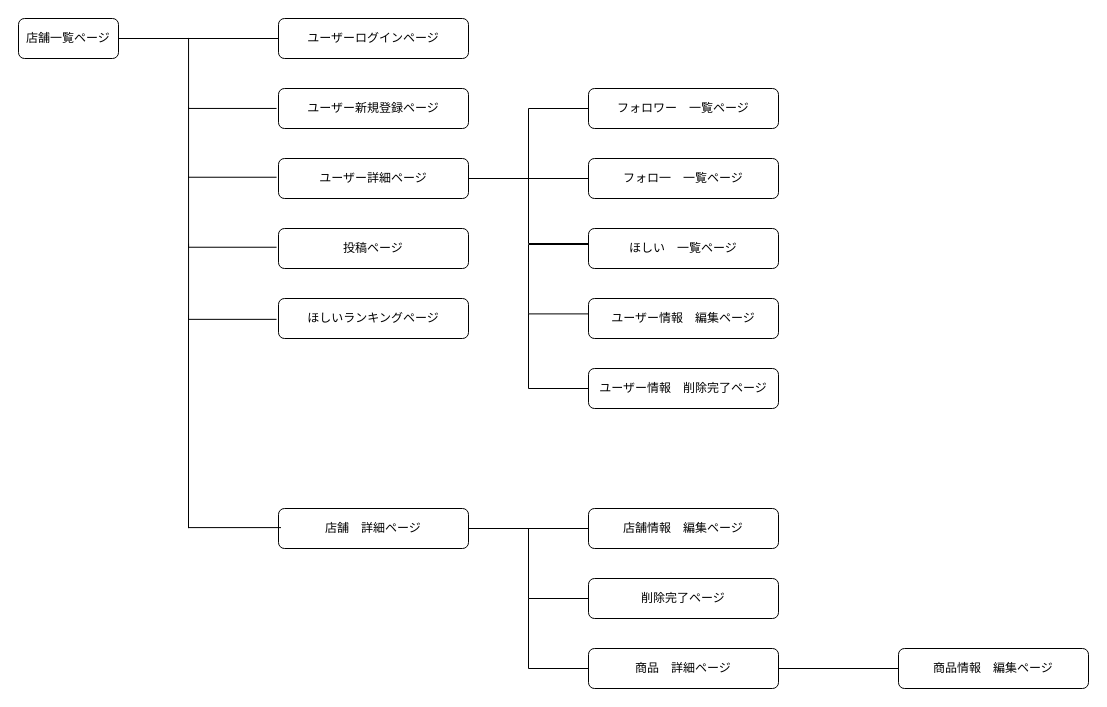
Above: 画面遷移図.dio in torako-san/CoffeeTown (draw.io), before the change. Source tidied: cells renumbered, new cells numbered last; positions are measured from the earlier drawing's top-left corner, leaving out a move shared by most shapes. Both pictures are drawn from the tidied source at 100%, with x=0, y=0 at pixel (18, 18).
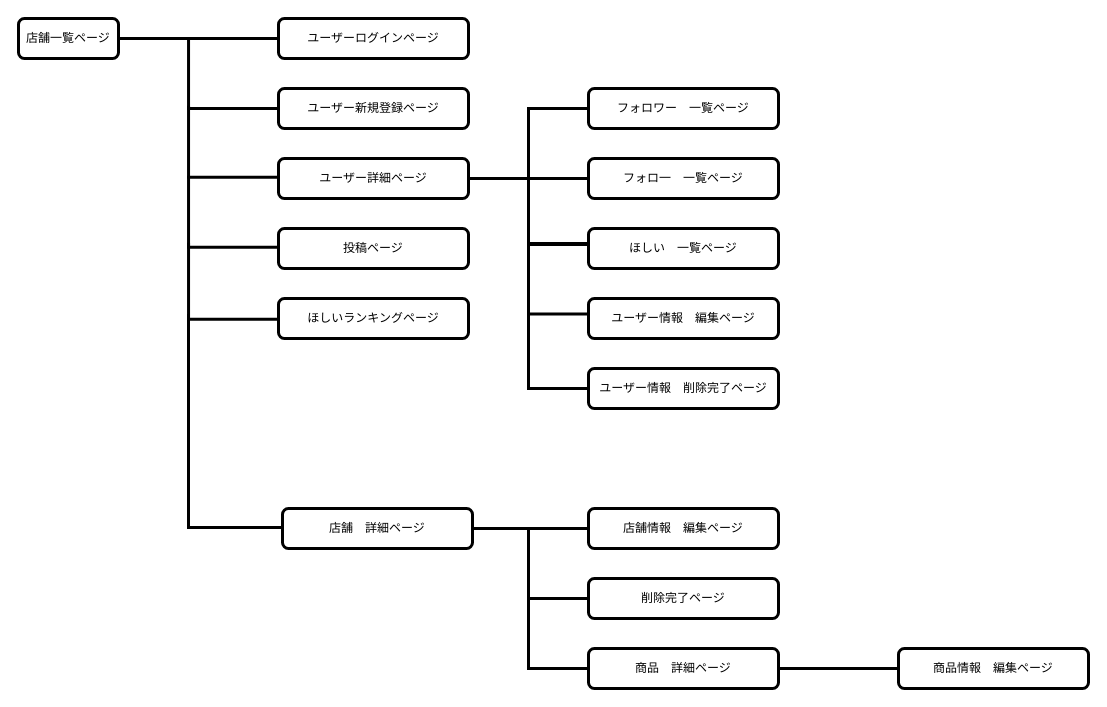
The same page after the edit.

Commit message (it also covers changes not shown here):
ページの遷移図作成

The edit, as a diff of the source:
```diff
@@
-    <mxCell id="2" style="edgeStyle=none;html=1;exitX=1;exitY=0.5;exitDx=0;exitDy=0;entryX=0;entryY=0.5;entryDx=0;entryDy=0;endArrow=none;endFill=0;" parent="1" edge="1" source="3" target="4">
+    <mxCell id="2" style="edgeStyle=none;html=1;exitX=1;exitY=0.5;exitDx=0;exitDy=0;entryX=0;entryY=0.5;entryDx=0;entryDy=0;endArrow=none;endFill=0;strokeWidth=3;" parent="1" edge="1" source="3" target="4">
       <mxGeometry relative="1" as="geometry" />
     </mxCell>
-    <mxCell id="3" value="店舗一覧ページ" style="whiteSpace=wrap;html=1;align=center;rounded=1;" parent="1" vertex="1">
+    <mxCell id="3" value="店舗一覧ページ" style="whiteSpace=wrap;html=1;align=center;rounded=1;strokeWidth=3;" parent="1" vertex="1">
       <mxGeometry width="100" height="40" as="geometry" />
     </mxCell>
-    <mxCell id="4" value="ユーザーログインページ" style="whiteSpace=wrap;html=1;align=center;rounded=1;" parent="1" vertex="1">
+    <mxCell id="4" value="ユーザーログインページ" style="whiteSpace=wrap;html=1;align=center;rounded=1;strokeWidth=3;" parent="1" vertex="1">
       <mxGeometry x="260" width="190" height="40" as="geometry" />
     </mxCell>
-    <mxCell id="5" style="edgeStyle=none;html=1;exitX=1;exitY=0.5;exitDx=0;exitDy=0;entryX=0;entryY=0.5;entryDx=0;entryDy=0;endArrow=none;endFill=0;fontStyle=1;" parent="1" edge="1" target="7">
+    <mxCell id="5" style="edgeStyle=none;html=1;exitX=1;exitY=0.5;exitDx=0;exitDy=0;entryX=0;entryY=0.5;entryDx=0;entryDy=0;endArrow=none;endFill=0;fontStyle=1;strokeWidth=3;" parent="1" edge="1" target="7">
       <mxGeometry relative="1" as="geometry">
         <mxPoint x="450" y="160" as="sourcePoint" />
       </mxGeometry>
     </mxCell>
-    <mxCell id="6" value="ユーザー新規登録ページ" style="whiteSpace=wrap;html=1;align=center;rounded=1;" parent="1" vertex="1">
+    <mxCell id="6" value="ユーザー新規登録ページ" style="whiteSpace=wrap;html=1;align=center;rounded=1;strokeWidth=3;" parent="1" vertex="1">
       <mxGeometry x="260" y="70" width="190" height="40" as="geometry" />
     </mxCell>
-    <mxCell id="7" value="フォロ一　一覧ページ" style="whiteSpace=wrap;html=1;align=center;rounded=1;" parent="1" vertex="1">
+    <mxCell id="7" value="フォロ一　一覧ページ" style="whiteSpace=wrap;html=1;align=center;rounded=1;strokeWidth=3;" parent="1" vertex="1">
       <mxGeometry x="570" y="140" width="190" height="40" as="geometry" />
     </mxCell>
-    <mxCell id="8" value="フォロワー　一覧ページ" style="whiteSpace=wrap;html=1;align=center;rounded=1;" parent="1" vertex="1">
+    <mxCell id="8" value="フォロワー　一覧ページ" style="whiteSpace=wrap;html=1;align=center;rounded=1;strokeWidth=3;" parent="1" vertex="1">
       <mxGeometry x="570" y="70" width="190" height="40" as="geometry" />
     </mxCell>
-    <mxCell id="9" style="shape=partialRectangle;whiteSpace=wrap;html=1;bottom=1;right=1;left=1;top=0;fillColor=none;routingCenterX=-0.5;rounded=1;rotation=90;" parent="1" vertex="1">
+    <mxCell id="9" style="shape=partialRectangle;whiteSpace=wrap;html=1;bottom=1;right=1;left=1;top=0;fillColor=none;routingCenterX=-0.5;rounded=1;rotation=90;strokeWidth=3;" parent="1" vertex="1">
       <mxGeometry x="472.5" y="127.5" width="135" height="60" as="geometry" />
     </mxCell>
-    <mxCell id="10" value="ほしい　一覧ページ" style="whiteSpace=wrap;html=1;align=center;rounded=1;" parent="1" vertex="1">
+    <mxCell id="10" value="ほしい　一覧ページ" style="whiteSpace=wrap;html=1;align=center;rounded=1;strokeWidth=3;" parent="1" vertex="1">
       <mxGeometry x="570" y="210" width="190" height="40" as="geometry" />
     </mxCell>
-    <mxCell id="11" value="ユーザー情報　編集ページ" style="whiteSpace=wrap;html=1;align=center;rounded=1;" parent="1" vertex="1">
+    <mxCell id="11" value="ユーザー情報　編集ページ" style="whiteSpace=wrap;html=1;align=center;rounded=1;strokeWidth=3;" parent="1" vertex="1">
       <mxGeometry x="570" y="280" width="190" height="40" as="geometry" />
     </mxCell>
-    <mxCell id="12" style="edgeStyle=elbowEdgeStyle;html=1;exitX=1;exitY=1;exitDx=0;exitDy=0;endArrow=none;endFill=0;entryX=0;entryY=0.5;entryDx=0;entryDy=0;rounded=0;" parent="1" edge="1" source="13" target="17">
+    <mxCell id="12" style="edgeStyle=elbowEdgeStyle;html=1;exitX=1;exitY=1;exitDx=0;exitDy=0;endArrow=none;endFill=0;entryX=0;entryY=0.5;entryDx=0;entryDy=0;rounded=0;strokeWidth=3;" parent="1" edge="1" source="13" target="17">
       <mxGeometry relative="1" as="geometry">
         <Array as="points">
           <mxPoint x="510" y="350" />
         </Array>
       </mxGeometry>
     </mxCell>
-    <mxCell id="13" style="shape=partialRectangle;whiteSpace=wrap;html=1;bottom=1;right=1;left=1;top=0;fillColor=none;routingCenterX=-0.5;rounded=1;rotation=90;" parent="1" vertex="1">
+    <mxCell id="13" style="shape=partialRectangle;whiteSpace=wrap;html=1;bottom=1;right=1;left=1;top=0;fillColor=none;routingCenterX=-0.5;rounded=1;rotation=90;strokeWidth=3;" parent="1" vertex="1">
       <mxGeometry x="505.3" y="230.7" width="69.4" height="60" as="geometry" />
     </mxCell>
-    <mxCell id="14" style="shape=partialRectangle;whiteSpace=wrap;html=1;bottom=0;right=0;fillColor=none;rounded=1;rotation=-90;" parent="1" vertex="1">
+    <mxCell id="14" style="shape=partialRectangle;whiteSpace=wrap;html=1;bottom=0;right=0;fillColor=none;rounded=1;rotation=-90;strokeWidth=3;" parent="1" vertex="1">
       <mxGeometry x="178.8" y="11.2" width="70" height="87.5" as="geometry" />
     </mxCell>
-    <mxCell id="15" style="shape=partialRectangle;whiteSpace=wrap;html=1;bottom=0;right=0;fillColor=none;rounded=1;rotation=-90;" parent="1" vertex="1">
+    <mxCell id="15" style="shape=partialRectangle;whiteSpace=wrap;html=1;bottom=0;right=0;fillColor=none;rounded=1;rotation=-90;strokeWidth=3;" parent="1" vertex="1">
       <mxGeometry x="178.8" y="80" width="70" height="87.5" as="geometry" />
     </mxCell>
-    <mxCell id="16" value="ユーザー詳細ページ" style="whiteSpace=wrap;html=1;align=center;rounded=1;" parent="1" vertex="1">
+    <mxCell id="16" value="ユーザー詳細ページ" style="whiteSpace=wrap;html=1;align=center;rounded=1;strokeWidth=3;" parent="1" vertex="1">
       <mxGeometry x="260" y="140" width="190" height="40" as="geometry" />
     </mxCell>
-    <mxCell id="17" value="ユーザー情報　削除完了ページ" style="whiteSpace=wrap;html=1;align=center;rounded=1;" parent="1" vertex="1">
+    <mxCell id="17" value="ユーザー情報　削除完了ページ" style="whiteSpace=wrap;html=1;align=center;rounded=1;strokeWidth=3;" parent="1" vertex="1">
       <mxGeometry x="570" y="350" width="190" height="40" as="geometry" />
     </mxCell>
-    <mxCell id="18" value="投稿ページ" style="whiteSpace=wrap;html=1;align=center;rounded=1;" parent="1" vertex="1">
+    <mxCell id="18" value="投稿ページ" style="whiteSpace=wrap;html=1;align=center;rounded=1;strokeWidth=3;" parent="1" vertex="1">
       <mxGeometry x="260" y="210" width="190" height="40" as="geometry" />
     </mxCell>
-    <mxCell id="19" style="shape=partialRectangle;whiteSpace=wrap;html=1;bottom=0;right=0;fillColor=none;rounded=1;rotation=-90;" parent="1" vertex="1">
+    <mxCell id="19" style="shape=partialRectangle;whiteSpace=wrap;html=1;bottom=0;right=0;fillColor=none;rounded=1;rotation=-90;strokeWidth=3;" parent="1" vertex="1">
       <mxGeometry x="178.8" y="150" width="70" height="87.5" as="geometry" />
     </mxCell>
-    <mxCell id="20" style="edgeStyle=orthogonalEdgeStyle;rounded=0;html=1;exitX=1;exitY=0.5;exitDx=0;exitDy=0;entryX=0;entryY=0.5;entryDx=0;entryDy=0;endArrow=none;endFill=0;" parent="1" edge="1" source="21" target="23">
+    <mxCell id="20" style="edgeStyle=orthogonalEdgeStyle;rounded=0;html=1;exitX=1;exitY=0.5;exitDx=0;exitDy=0;entryX=0;entryY=0.5;entryDx=0;entryDy=0;endArrow=none;endFill=0;strokeWidth=3;" parent="1" edge="1" source="21" target="23">
       <mxGeometry relative="1" as="geometry" />
     </mxCell>
-    <mxCell id="21" value="店舗　詳細ページ" style="whiteSpace=wrap;html=1;align=center;rounded=1;" parent="1" vertex="1">
-      <mxGeometry x="260" y="490" width="190" height="40" as="geometry" />
+    <mxCell id="21" value="店舗　詳細ページ" style="whiteSpace=wrap;html=1;align=center;rounded=1;strokeWidth=3;" parent="1" vertex="1">
+      <mxGeometry x="264" y="490" width="190" height="40" as="geometry" />
     </mxCell>
-    <mxCell id="22" style="shape=partialRectangle;whiteSpace=wrap;html=1;bottom=0;right=0;fillColor=none;rounded=1;rotation=-90;" parent="1" vertex="1">
+    <mxCell id="22" style="shape=partialRectangle;whiteSpace=wrap;html=1;bottom=0;right=0;fillColor=none;rounded=1;rotation=-90;strokeWidth=3;" parent="1" vertex="1">
       <mxGeometry x="176.2" y="219.5" width="75.2" height="87.5" as="geometry" />
     </mxCell>
-    <mxCell id="23" value="店舗情報　編集ページ" style="whiteSpace=wrap;html=1;align=center;rounded=1;" parent="1" vertex="1">
+    <mxCell id="23" value="店舗情報　編集ページ" style="whiteSpace=wrap;html=1;align=center;rounded=1;strokeWidth=3;" parent="1" vertex="1">
       <mxGeometry x="570" y="490" width="190" height="40" as="geometry" />
     </mxCell>
-    <mxCell id="24" value="削除完了ページ" style="whiteSpace=wrap;html=1;align=center;rounded=1;" parent="1" vertex="1">
+    <mxCell id="24" value="削除完了ページ" style="whiteSpace=wrap;html=1;align=center;rounded=1;strokeWidth=3;" parent="1" vertex="1">
       <mxGeometry x="570" y="560" width="190" height="40" as="geometry" />
     </mxCell>
-    <mxCell id="25" style="edgeStyle=orthogonalEdgeStyle;rounded=0;html=1;exitX=1;exitY=0.5;exitDx=0;exitDy=0;entryX=0;entryY=0.5;entryDx=0;entryDy=0;endArrow=none;endFill=0;" parent="1" edge="1" source="26" target="27">
+    <mxCell id="25" style="edgeStyle=orthogonalEdgeStyle;rounded=0;html=1;exitX=1;exitY=0.5;exitDx=0;exitDy=0;entryX=0;entryY=0.5;entryDx=0;entryDy=0;endArrow=none;endFill=0;strokeWidth=3;" parent="1" edge="1" source="26" target="27">
       <mxGeometry relative="1" as="geometry" />
     </mxCell>
-    <mxCell id="26" value="商品　詳細ページ" style="whiteSpace=wrap;html=1;align=center;rounded=1;" parent="1" vertex="1">
+    <mxCell id="26" value="商品　詳細ページ" style="whiteSpace=wrap;html=1;align=center;rounded=1;strokeWidth=3;" parent="1" vertex="1">
       <mxGeometry x="570" y="630" width="190" height="40" as="geometry" />
     </mxCell>
-    <mxCell id="27" value="商品情報　編集ページ" style="whiteSpace=wrap;html=1;align=center;rounded=1;" parent="1" vertex="1">
+    <mxCell id="27" value="商品情報　編集ページ" style="whiteSpace=wrap;html=1;align=center;rounded=1;strokeWidth=3;" parent="1" vertex="1">
       <mxGeometry x="880" y="630" width="190" height="40" as="geometry" />
     </mxCell>
-    <mxCell id="28" style="edgeStyle=orthogonalEdgeStyle;html=1;endArrow=none;endFill=0;rounded=0;entryX=0;entryY=0.5;entryDx=0;entryDy=0;" parent="1" edge="1" target="24">
+    <mxCell id="28" style="edgeStyle=orthogonalEdgeStyle;html=1;endArrow=none;endFill=0;rounded=0;entryX=0;entryY=0.5;entryDx=0;entryDy=0;strokeWidth=3;" parent="1" edge="1" target="24">
       <mxGeometry relative="1" as="geometry">
         <mxPoint x="510" y="510" as="sourcePoint" />
         <Array as="points">
           <mxPoint x="510" y="580" />
         </Array>
       </mxGeometry>
     </mxCell>
-    <mxCell id="29" style="edgeStyle=orthogonalEdgeStyle;html=1;endArrow=none;endFill=0;rounded=0;entryX=0;entryY=0.5;entryDx=0;entryDy=0;" parent="1" edge="1">
+    <mxCell id="29" style="edgeStyle=orthogonalEdgeStyle;html=1;endArrow=none;endFill=0;rounded=0;entryX=0;entryY=0.5;entryDx=0;entryDy=0;strokeWidth=3;" parent="1" edge="1">
       <mxGeometry relative="1" as="geometry">
         <mxPoint x="510" y="580" as="sourcePoint" />
         <mxPoint x="570" y="650" as="targetPoint" />
         <Array as="points">
           <mxPoint x="510" y="650" />
         </Array>
       </mxGeometry>
     </mxCell>
-    <mxCell id="30" value="ほしいランキングページ" style="whiteSpace=wrap;html=1;align=center;rounded=1;" parent="1" vertex="1">
+    <mxCell id="30" value="ほしいランキングページ" style="whiteSpace=wrap;html=1;align=center;rounded=1;strokeWidth=3;" parent="1" vertex="1">
       <mxGeometry x="260" y="280" width="190" height="40" as="geometry" />
     </mxCell>
-    <mxCell id="31" style="shape=partialRectangle;whiteSpace=wrap;html=1;bottom=0;right=0;fillColor=none;rounded=1;rotation=-90;" parent="1" vertex="1">
+    <mxCell id="31" style="shape=partialRectangle;whiteSpace=wrap;html=1;bottom=0;right=0;fillColor=none;rounded=1;rotation=-90;strokeWidth=3;" parent="1" vertex="1">
       <mxGeometry x="109.9" y="357" width="212.2" height="92" as="geometry" />
     </mxCell>
```
